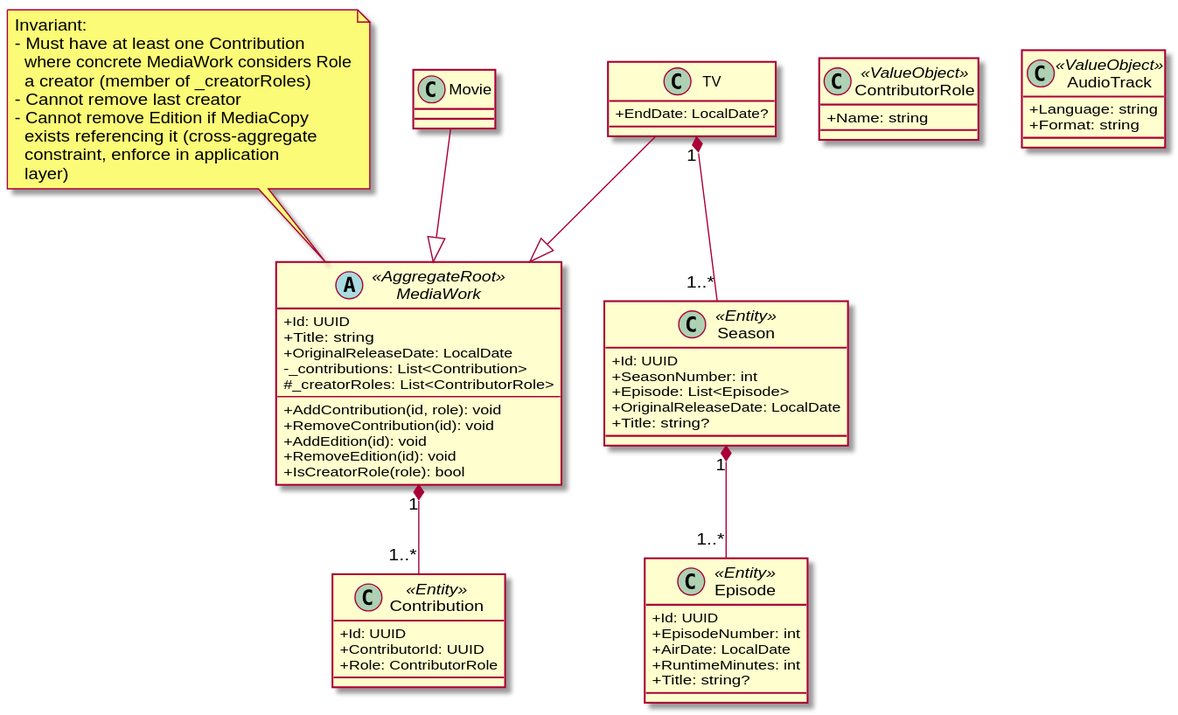
Above: docs/diagrams/domain/domain-media-work.svg in yantue/colleq (PlantUML), before the change.
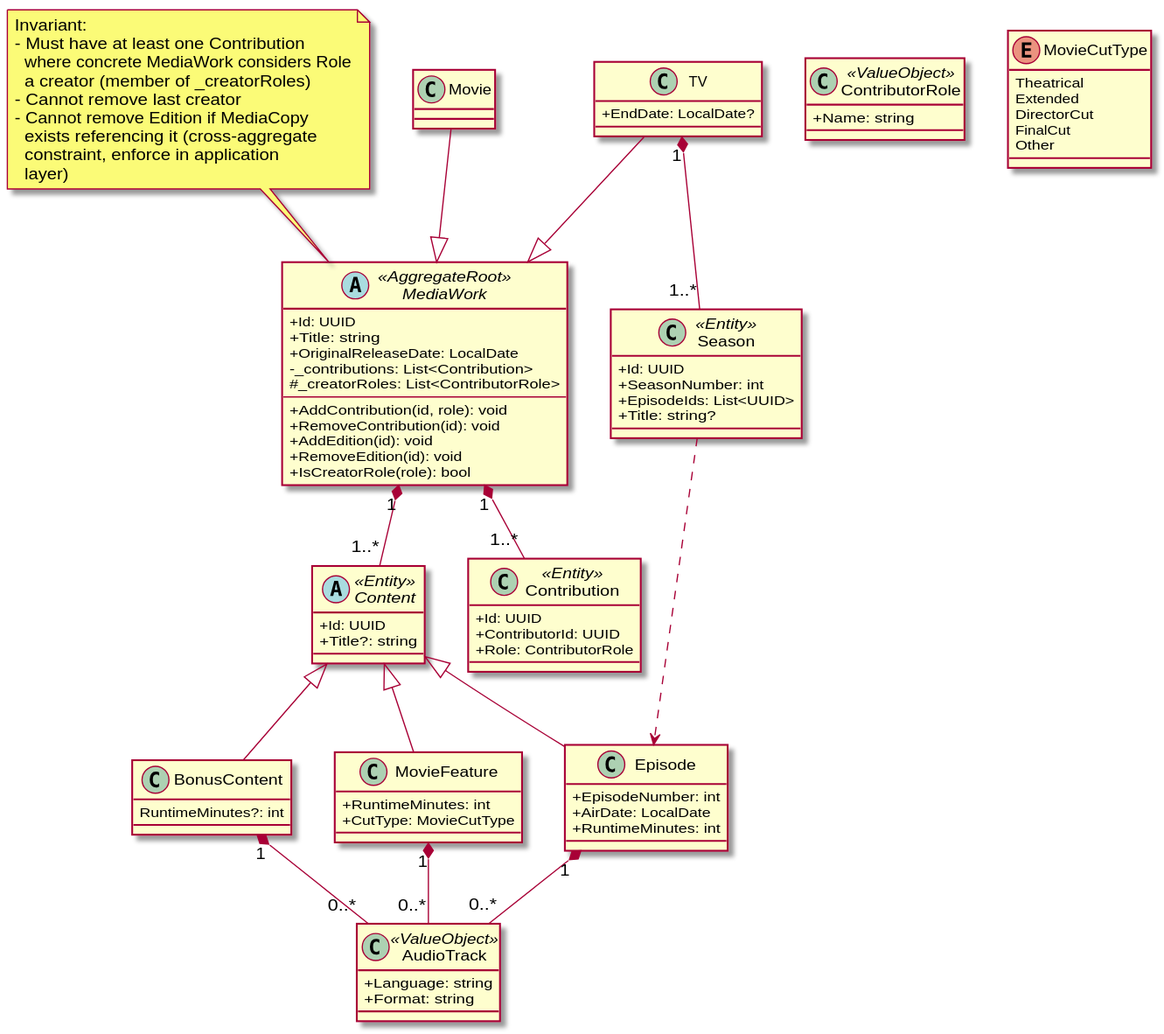
After the commit.

Change to the diagram source:
```diff
@@ -27,6 +27,19 @@
   layer)
 end note
 
+abstract class Content <<Entity>> {
+    +Id: UUID
+    +Title?: string
+}
+
+MediaWork "1" *-- "1..*" Content
+
+class BonusContent {
+    RuntimeMinutes?: int
+}
+
+Content <|-- BonusContent
+
 class Contribution <<Entity>> {
     +Id: UUID
     +ContributorId: UUID
@@ -39,9 +52,24 @@
 
 MediaWork "1" *-- "1..*" Contribution
 
-class Movie
+class Movie {}
 
 Movie --|> MediaWork
+
+class MovieFeature {
+    +RuntimeMinutes: int
+    +CutType: MovieCutType
+}
+
+enum MovieCutType {
+    Theatrical
+    Extended
+    DirectorCut
+    FinalCut
+    Other
+}
+
+Content <|-- MovieFeature
 
 class TV {
     +EndDate: LocalDate?
@@ -52,20 +80,19 @@
 class Season <<Entity>> {
     +Id: UUID
     +SeasonNumber: int
-    +Episode: List<Episode>
-    +OriginalReleaseDate: LocalDate
+    +EpisodeIds: List<UUID>
     +Title: string?
 }
 
-class Episode <<Entity>> {
-    +Id: UUID
+class Episode {
     +EpisodeNumber: int
     +AirDate: LocalDate
     +RuntimeMinutes: int
-    +Title: string?
 }
 
-Season "1" *-- "1..*" Episode
+Content <|-- Episode
+Season ..> Episode
+
 TV "1" *-- "1..*" Season
 
 class AudioTrack <<ValueObject>> {
@@ -73,4 +100,8 @@
     +Format: string
 }
 
+MovieFeature "1" *-- "0..*" AudioTrack
+Episode "1" *-- "0..*" AudioTrack
+BonusContent "1" *-- "0..*" AudioTrack
+
 @enduml
```
